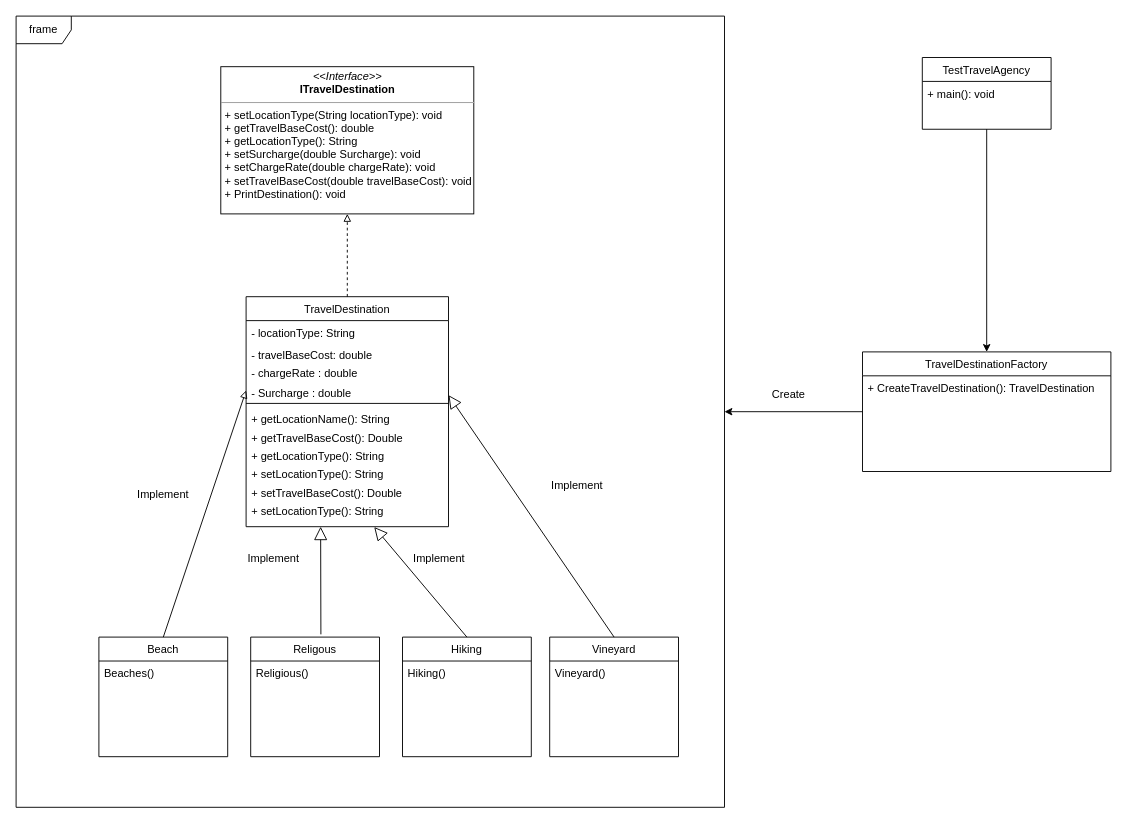
Before: Untitled Diagram.drawio in Ceejay1009/CSC4111-GitAssignment, a draw.io diagram. Source tidied: cells renumbered, new cells numbered last; positions are measured from the earlier drawing's top-left corner, leaving out a move shared by most shapes. Both pictures are drawn from the tidied source at 92%, with x=0, y=0 at pixel (16, 16).
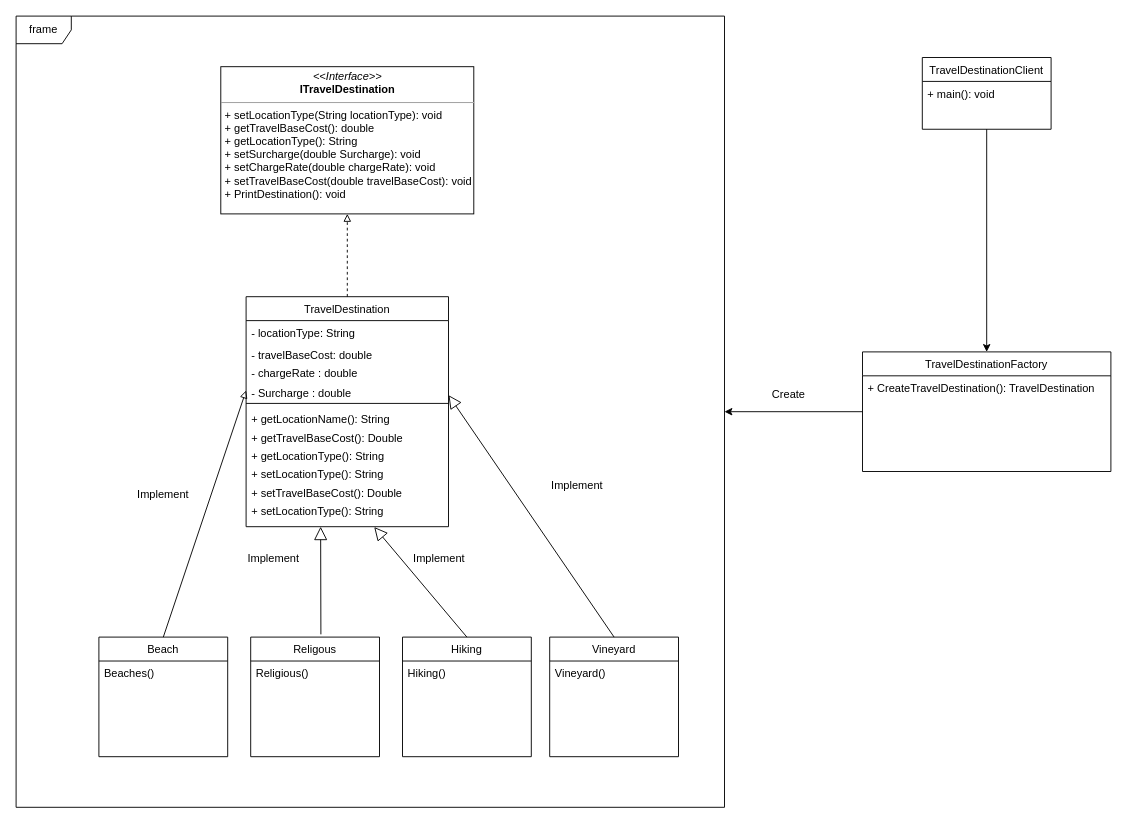
Above is the later version.

The edit, as a diff of the source:
```diff
@@
-    <mxCell id="44" value="TestTravelAgency" style="swimlane;fontStyle=0;horizontal=1;startSize=26;fillColor=none;" parent="1" vertex="1">
+    <mxCell id="44" value="TravelDestinationClient" style="swimlane;fontStyle=0;horizontal=1;startSize=26;fillColor=none;" parent="1" vertex="1">
       <mxGeometry x="985" y="45" width="140" height="78" as="geometry" />
     </mxCell>
```
